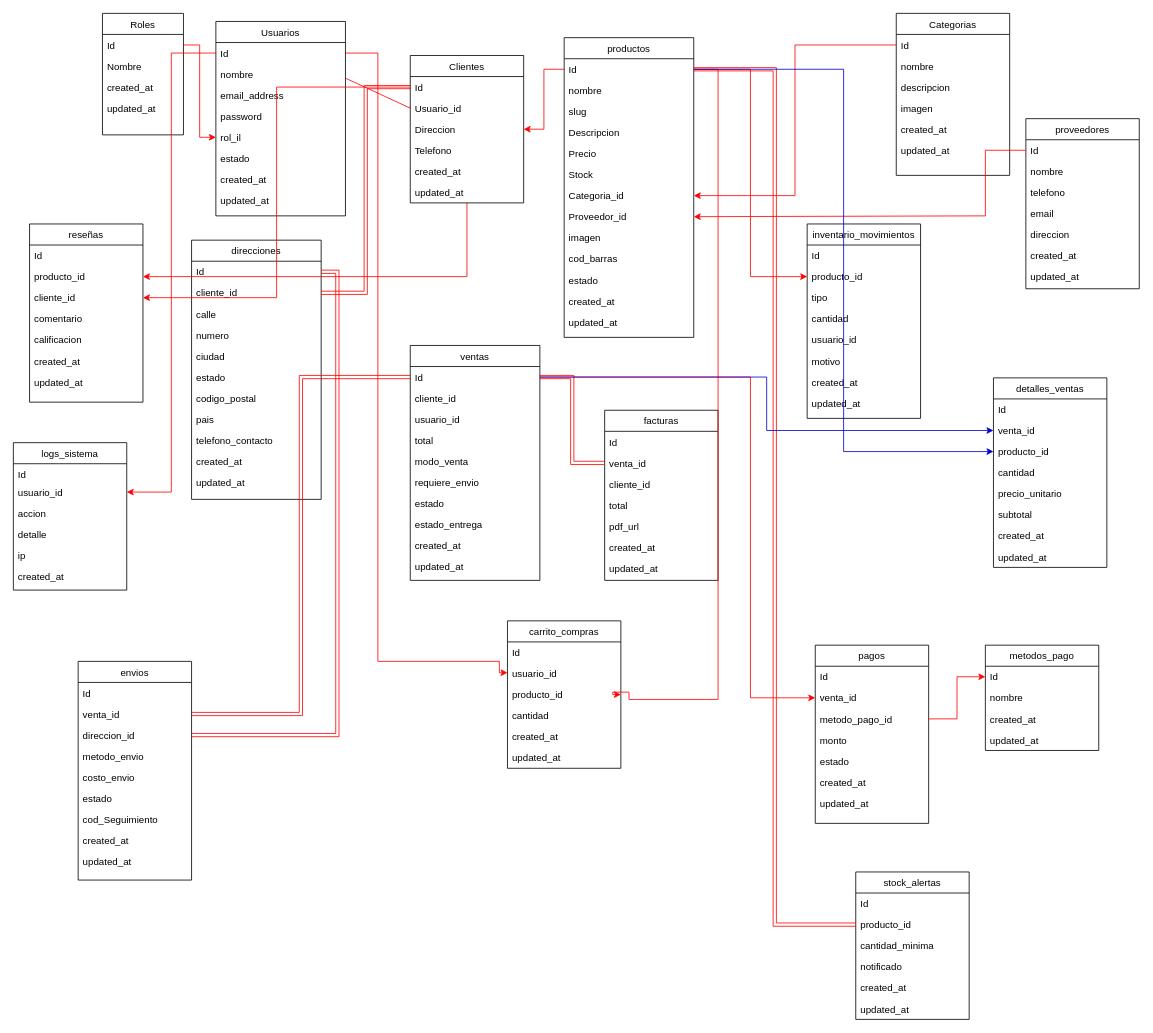
Above: Diagrama sin título.drawio in JoochiDev/diagram_products (draw.io), before the change. Source tidied: cells renumbered, new cells numbered last; positions are measured from the earlier drawing's top-left corner, leaving out a move shared by most shapes. Both pictures are drawn from the tidied source at 81%, with x=0, y=0 at pixel (13, 13).
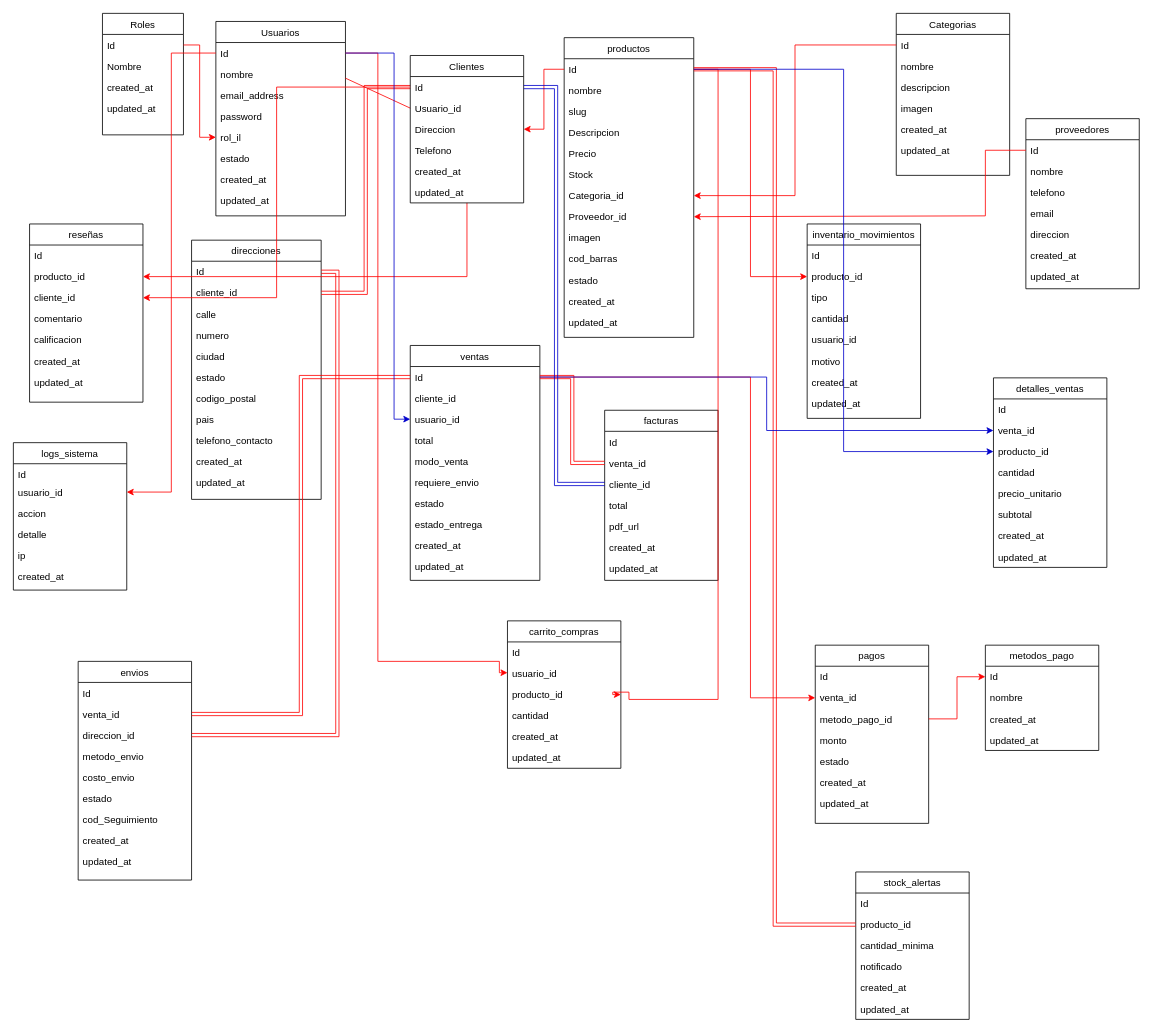
The same diagram, later.

The change refers to these unchanged cells:
```xml
<mxCell id="3" value="Id" style="text;align=left;verticalAlign=top;spacingLeft=4;spacingRight=4;overflow=hidden;points=[[0,0.5],[1,0.5]];portConstraint=eastwest;" parent="2" vertex="1">
  <mxGeometry y="26" width="160" height="26" as="geometry" />
</mxCell>
<mxCell id="40" value="usuario_id" style="text;align=left;verticalAlign=top;spacingLeft=4;spacingRight=4;overflow=hidden;points=[[0,0.5],[1,0.5]];portConstraint=eastwest;rounded=0;shadow=0;html=0;" parent="37" vertex="1">
  <mxGeometry y="78" width="160" height="26" as="geometry" />
</mxCell>
<mxCell id="112" value="cliente_id" style="text;align=left;verticalAlign=top;spacingLeft=4;spacingRight=4;overflow=hidden;points=[[0,0.5],[1,0.5]];portConstraint=eastwest;rounded=0;shadow=0;html=0;" parent="109" vertex="1">
  <mxGeometry y="78" width="140" height="26" as="geometry" />
</mxCell>
<mxCell id="153" value="Id" style="text;align=left;verticalAlign=top;spacingLeft=4;spacingRight=4;overflow=hidden;points=[[0,0.5],[1,0.5]];portConstraint=eastwest;" parent="152" vertex="1">
  <mxGeometry y="26" width="140" height="26" as="geometry" />
</mxCell>
```

Change to the diagram source:
```diff
@@
+    <mxCell id="173" style="edgeStyle=orthogonalEdgeStyle;rounded=0;jettySize=auto;html=1;entryX=1;entryY=0.5;entryDx=0;entryDy=0;strokeColor=#0000CC;shape=link;" parent="1" edge="1" source="112" target="153">
+      <mxGeometry relative="1" as="geometry">
+        <Array as="points">
+          <mxPoint x="670" y="581" />
+          <mxPoint x="670" y="91" />
+        </Array>
+      </mxGeometry>
+    </mxCell>
+    <mxCell id="174" style="edgeStyle=orthogonalEdgeStyle;rounded=0;jettySize=auto;html=1;strokeColor=#0000CC;" parent="1" edge="1" source="3" target="40">
+      <mxGeometry relative="1" as="geometry">
+        <Array as="points">
+          <mxPoint x="470" y="49" />
+          <mxPoint x="470" y="501" />
+        </Array>
+      </mxGeometry>
+    </mxCell>
```
